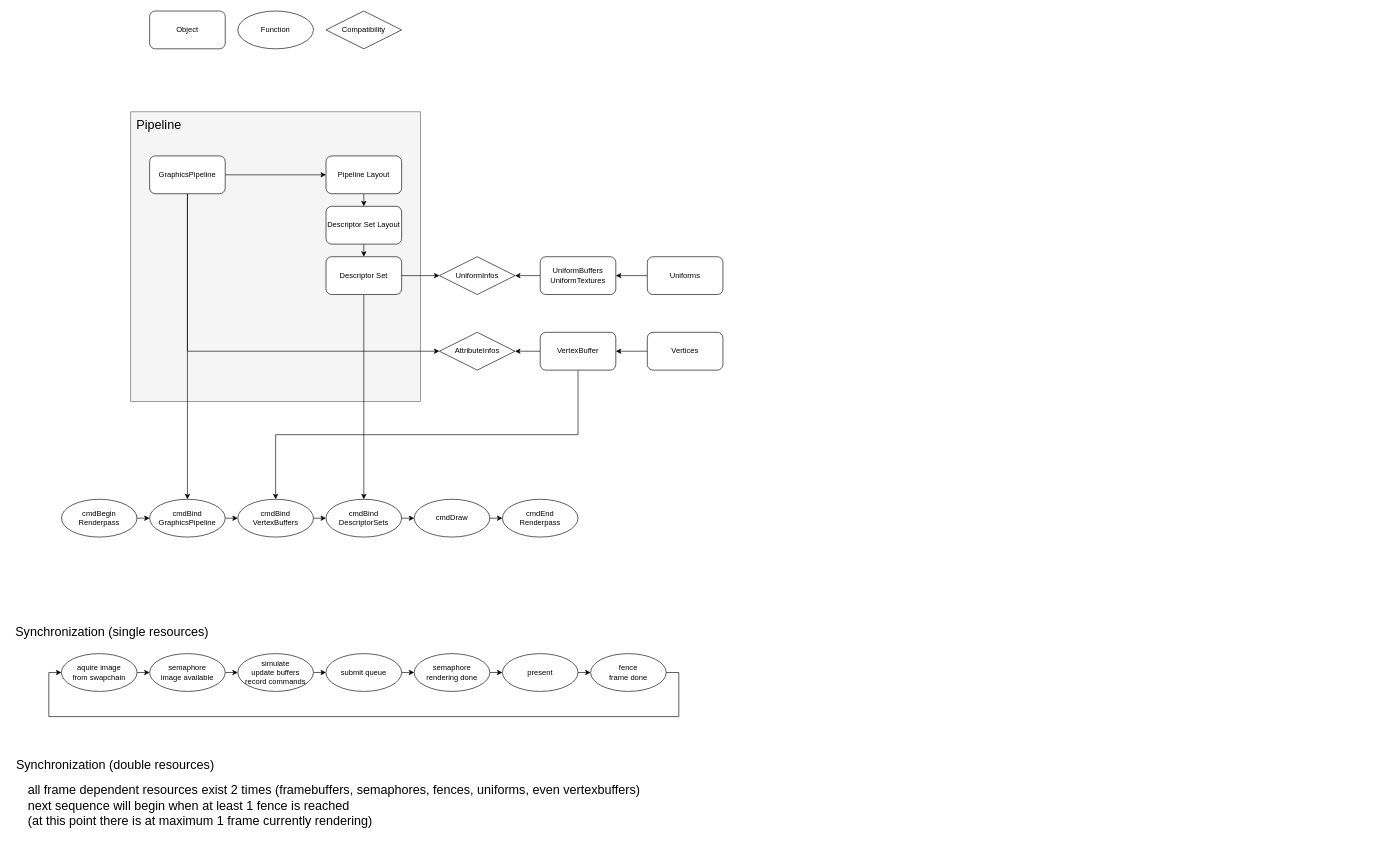
ichinii/vulkan keeps this draw.io diagram as design_mockup.drawio. Above is the earlier version. Source tidied: cells renumbered, new cells numbered last; positions are measured from the earlier drawing's top-left corner, leaving out a move shared by most shapes. Both pictures are drawn from the tidied source at 63%, with x=0, y=0 at pixel (11, 11).
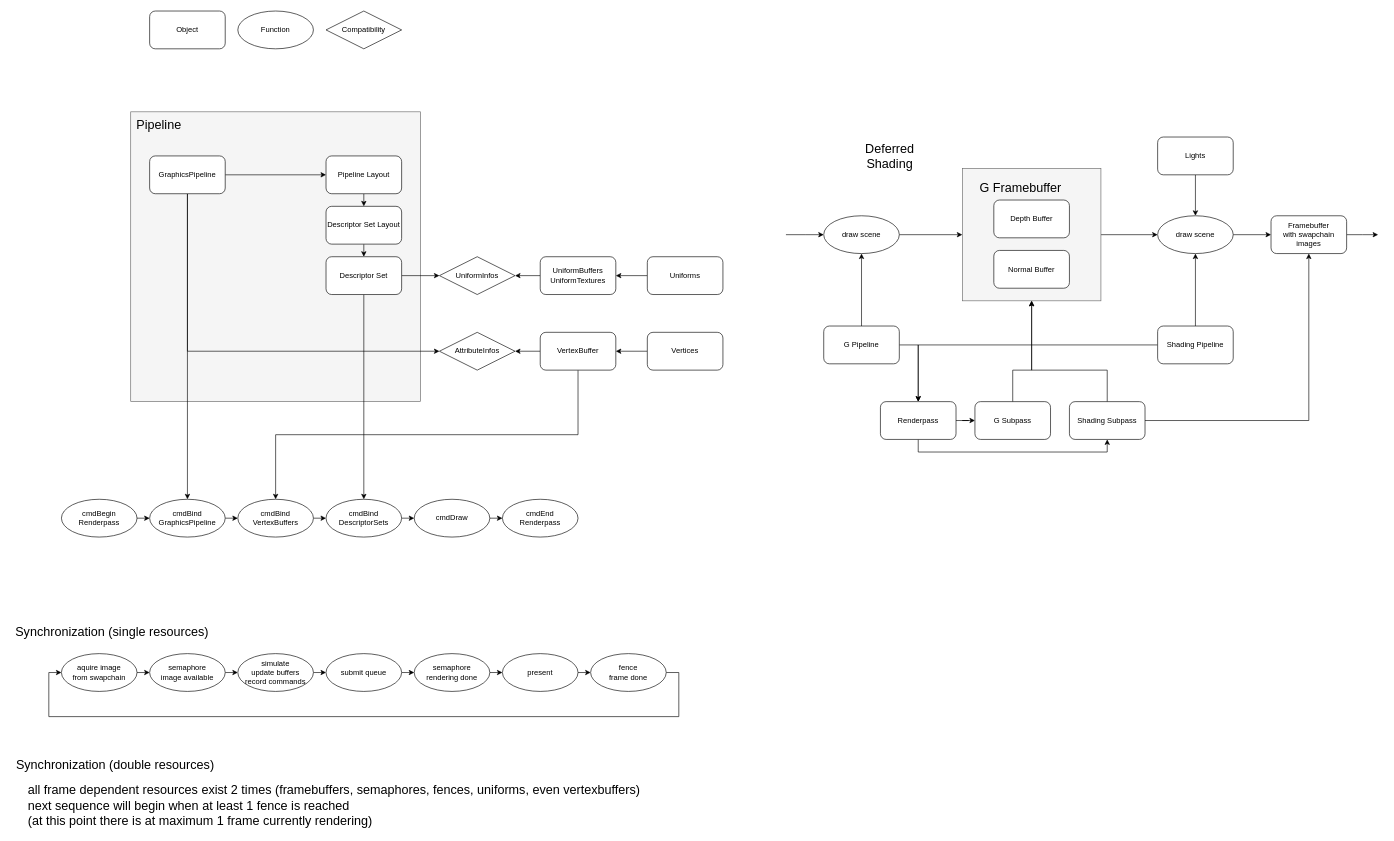
Above is the later version.

Commit message:
add deferred shading to mockup

Change to the diagram source:
```diff
@@
+    <mxCell id="58" style="edgeStyle=orthogonalEdgeStyle;rounded=0;jettySize=auto;html=1;exitX=1;exitY=0.5;exitDx=0;exitDy=0;" parent="1" edge="1" source="59" target="67">
+      <mxGeometry relative="1" as="geometry" />
+    </mxCell>
+    <mxCell id="59" style="rounded=0;whiteSpace=wrap;html=1;fillColor=#f5f5f5;fontColor=#333333;strokeColor=#666666;" parent="1" vertex="1">
+      <mxGeometry x="1510" y="250" width="220" height="210" as="geometry" />
+    </mxCell>
@@
+    <mxCell id="60" value="Deferred Shading" style="text;html=1;strokeColor=none;fillColor=none;align=center;verticalAlign=middle;whiteSpace=wrap;rounded=0;fontSize=20;" parent="1" vertex="1">
+      <mxGeometry x="1360" y="220" width="70" height="20" as="geometry" />
+    </mxCell>
+    <mxCell id="61" value="Depth Buffer" style="rounded=1;whiteSpace=wrap;html=1;" parent="1" vertex="1">
+      <mxGeometry x="1560" y="300" width="120" height="60" as="geometry" />
+    </mxCell>
+    <mxCell id="62" value="Normal Buffer" style="rounded=1;whiteSpace=wrap;html=1;" parent="1" vertex="1">
+      <mxGeometry x="1560" y="380" width="120" height="60" as="geometry" />
+    </mxCell>
+    <mxCell id="63" style="edgeStyle=orthogonalEdgeStyle;rounded=0;jettySize=auto;html=1;exitX=1;exitY=0.5;exitDx=0;exitDy=0;" parent="1" edge="1" source="65" target="59">
+      <mxGeometry relative="1" as="geometry" />
+    </mxCell>
+    <mxCell id="64" style="edgeStyle=orthogonalEdgeStyle;rounded=0;jettySize=auto;html=1;exitX=0;exitY=0.5;exitDx=0;exitDy=0;endArrow=none;endFill=0;startArrow=classic;startFill=1;" parent="1" edge="1" source="65">
+      <mxGeometry relative="1" as="geometry">
+        <mxPoint x="1230" y="355" as="targetPoint" />
+      </mxGeometry>
+    </mxCell>
+    <mxCell id="65" value="draw scene" style="ellipse;whiteSpace=wrap;html=1;" parent="1" vertex="1">
+      <mxGeometry x="1290" y="325" width="120" height="60" as="geometry" />
+    </mxCell>
+    <mxCell id="66" style="edgeStyle=orthogonalEdgeStyle;rounded=0;jettySize=auto;html=1;exitX=1;exitY=0.5;exitDx=0;exitDy=0;entryX=0;entryY=0.5;entryDx=0;entryDy=0;" parent="1" edge="1" source="67" target="77">
+      <mxGeometry relative="1" as="geometry" />
+    </mxCell>
+    <mxCell id="67" value="draw scene" style="ellipse;whiteSpace=wrap;html=1;" parent="1" vertex="1">
+      <mxGeometry x="1820" y="325" width="120" height="60" as="geometry" />
+    </mxCell>
+    <mxCell id="68" style="edgeStyle=orthogonalEdgeStyle;rounded=0;jettySize=auto;html=1;exitX=0.5;exitY=1;exitDx=0;exitDy=0;" parent="1" edge="1" source="69" target="67">
+      <mxGeometry relative="1" as="geometry" />
+    </mxCell>
+    <mxCell id="69" value="Lights" style="rounded=1;whiteSpace=wrap;html=1;" parent="1" vertex="1">
+      <mxGeometry x="1820" y="200" width="120" height="60" as="geometry" />
+    </mxCell>
+    <mxCell id="70" style="edgeStyle=orthogonalEdgeStyle;rounded=0;jettySize=auto;html=1;exitX=0.5;exitY=0;exitDx=0;exitDy=0;" parent="1" edge="1" source="72" target="65">
+      <mxGeometry relative="1" as="geometry" />
+    </mxCell>
+    <mxCell id="71" style="edgeStyle=orthogonalEdgeStyle;rounded=0;jettySize=auto;html=1;exitX=1;exitY=0.5;exitDx=0;exitDy=0;" parent="1" edge="1" source="72" target="81">
+      <mxGeometry relative="1" as="geometry" />
+    </mxCell>
+    <mxCell id="72" value="&lt;div&gt;G Pipeline&lt;br&gt;&lt;/div&gt;" style="rounded=1;whiteSpace=wrap;html=1;" parent="1" vertex="1">
+      <mxGeometry x="1290" y="500" width="120" height="60" as="geometry" />
+    </mxCell>
+    <mxCell id="73" style="edgeStyle=orthogonalEdgeStyle;rounded=0;jettySize=auto;html=1;exitX=0.5;exitY=0;exitDx=0;exitDy=0;" parent="1" edge="1" source="75" target="67">
+      <mxGeometry relative="1" as="geometry" />
+    </mxCell>
+    <mxCell id="74" style="edgeStyle=orthogonalEdgeStyle;rounded=0;jettySize=auto;html=1;exitX=0;exitY=0.5;exitDx=0;exitDy=0;" parent="1" edge="1" source="75" target="81">
+      <mxGeometry relative="1" as="geometry" />
+    </mxCell>
+    <mxCell id="75" value="Shading Pipeline" style="rounded=1;whiteSpace=wrap;html=1;" parent="1" vertex="1">
+      <mxGeometry x="1820" y="500" width="120" height="60" as="geometry" />
+    </mxCell>
+    <mxCell id="76" style="edgeStyle=orthogonalEdgeStyle;rounded=0;jettySize=auto;html=1;exitX=1;exitY=0.5;exitDx=0;exitDy=0;" parent="1" edge="1" source="77">
+      <mxGeometry relative="1" as="geometry">
+        <mxPoint x="2170" y="355" as="targetPoint" />
+      </mxGeometry>
+    </mxCell>
+    <mxCell id="77" value="&lt;div&gt;Framebuffer&lt;/div&gt;&lt;div&gt;with swapchain&lt;/div&gt;&lt;div&gt;images&lt;br&gt;&lt;/div&gt;" style="rounded=1;whiteSpace=wrap;html=1;" parent="1" vertex="1">
+      <mxGeometry x="2000" y="325" width="120" height="60" as="geometry" />
+    </mxCell>
+    <mxCell id="78" value="G Framebuffer" style="text;html=1;strokeColor=none;fillColor=none;align=center;verticalAlign=middle;whiteSpace=wrap;rounded=0;fontSize=20;" parent="1" vertex="1">
+      <mxGeometry x="1535" y="270" width="135" height="20" as="geometry" />
+    </mxCell>
+    <mxCell id="79" style="edgeStyle=orthogonalEdgeStyle;rounded=0;jettySize=auto;html=1;exitX=1;exitY=0.5;exitDx=0;exitDy=0;startArrow=none;startFill=0;endArrow=classic;endFill=1;" parent="1" edge="1" source="81" target="83">
+      <mxGeometry relative="1" as="geometry" />
+    </mxCell>
+    <mxCell id="80" style="edgeStyle=orthogonalEdgeStyle;rounded=0;jettySize=auto;html=1;exitX=0.5;exitY=1;exitDx=0;exitDy=0;startArrow=none;startFill=0;endArrow=classic;endFill=1;" parent="1" edge="1" source="81" target="86">
+      <mxGeometry relative="1" as="geometry">
+        <Array as="points">
+          <mxPoint x="1440" y="700" />
+          <mxPoint x="1740" y="700" />
+        </Array>
+      </mxGeometry>
+    </mxCell>
+    <mxCell id="81" value="Renderpass" style="rounded=1;whiteSpace=wrap;html=1;" parent="1" vertex="1">
+      <mxGeometry x="1380" y="620" width="120" height="60" as="geometry" />
+    </mxCell>
+    <mxCell id="82" style="edgeStyle=orthogonalEdgeStyle;rounded=0;jettySize=auto;html=1;exitX=0.5;exitY=0;exitDx=0;exitDy=0;" parent="1" edge="1" source="83" target="59">
+      <mxGeometry relative="1" as="geometry">
+        <Array as="points">
+          <mxPoint x="1590" y="570" />
+          <mxPoint x="1620" y="570" />
+        </Array>
+      </mxGeometry>
+    </mxCell>
+    <mxCell id="83" value="G Subpass" style="rounded=1;whiteSpace=wrap;html=1;" parent="1" vertex="1">
+      <mxGeometry x="1530" y="620" width="120" height="60" as="geometry" />
+    </mxCell>
+    <mxCell id="84" style="edgeStyle=orthogonalEdgeStyle;rounded=0;jettySize=auto;html=1;exitX=0.5;exitY=0;exitDx=0;exitDy=0;startArrow=none;startFill=0;endArrow=classic;endFill=1;" parent="1" edge="1" source="86" target="59">
+      <mxGeometry relative="1" as="geometry">
+        <Array as="points">
+          <mxPoint x="1740" y="570" />
+          <mxPoint x="1620" y="570" />
+        </Array>
+      </mxGeometry>
+    </mxCell>
+    <mxCell id="85" style="edgeStyle=orthogonalEdgeStyle;rounded=0;jettySize=auto;html=1;exitX=1;exitY=0.5;exitDx=0;exitDy=0;startArrow=none;startFill=0;endArrow=classic;endFill=1;" parent="1" edge="1" source="86" target="77">
+      <mxGeometry relative="1" as="geometry" />
+    </mxCell>
+    <mxCell id="86" value="Shading Subpass" style="rounded=1;whiteSpace=wrap;html=1;" parent="1" vertex="1">
+      <mxGeometry x="1680" y="620" width="120" height="60" as="geometry" />
+    </mxCell>
```
